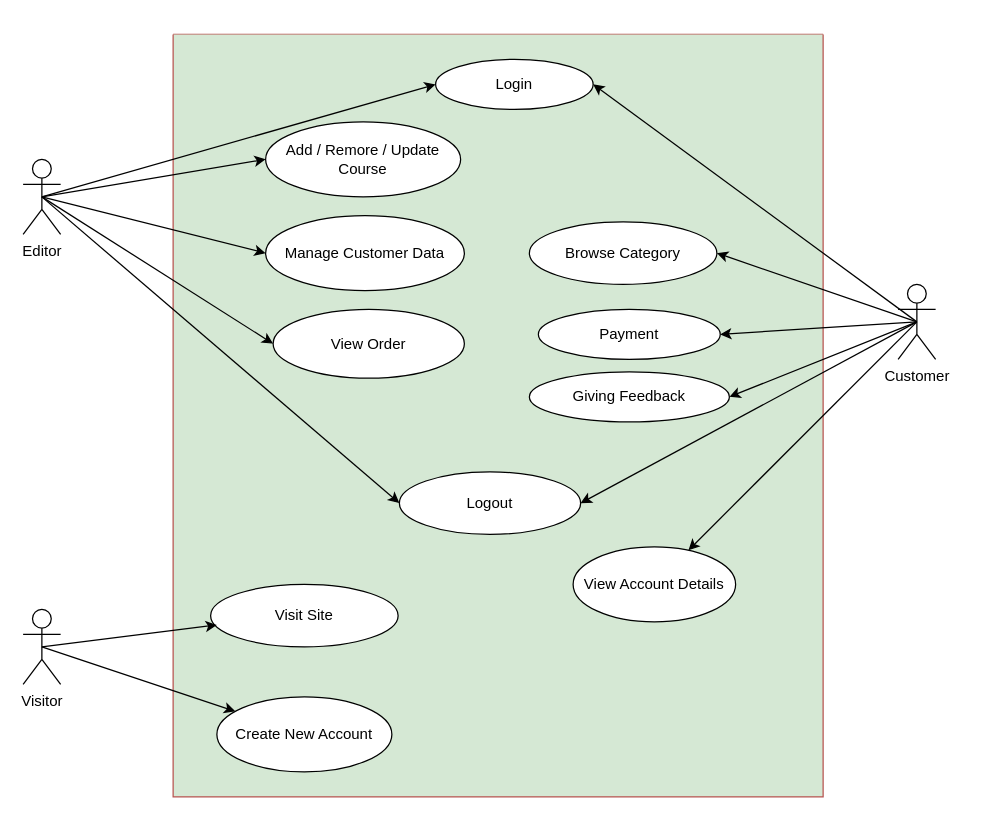
This is Use Case/Use Case.drawio from SewYongQi/Intern, a draw.io file, before an edit. Source tidied: cells renumbered, new cells numbered last; positions are measured from the earlier drawing's top-left corner, leaving out a move shared by most shapes. Both pictures are drawn from the tidied source at 125%, with x=0, y=0 at pixel (22, 34).
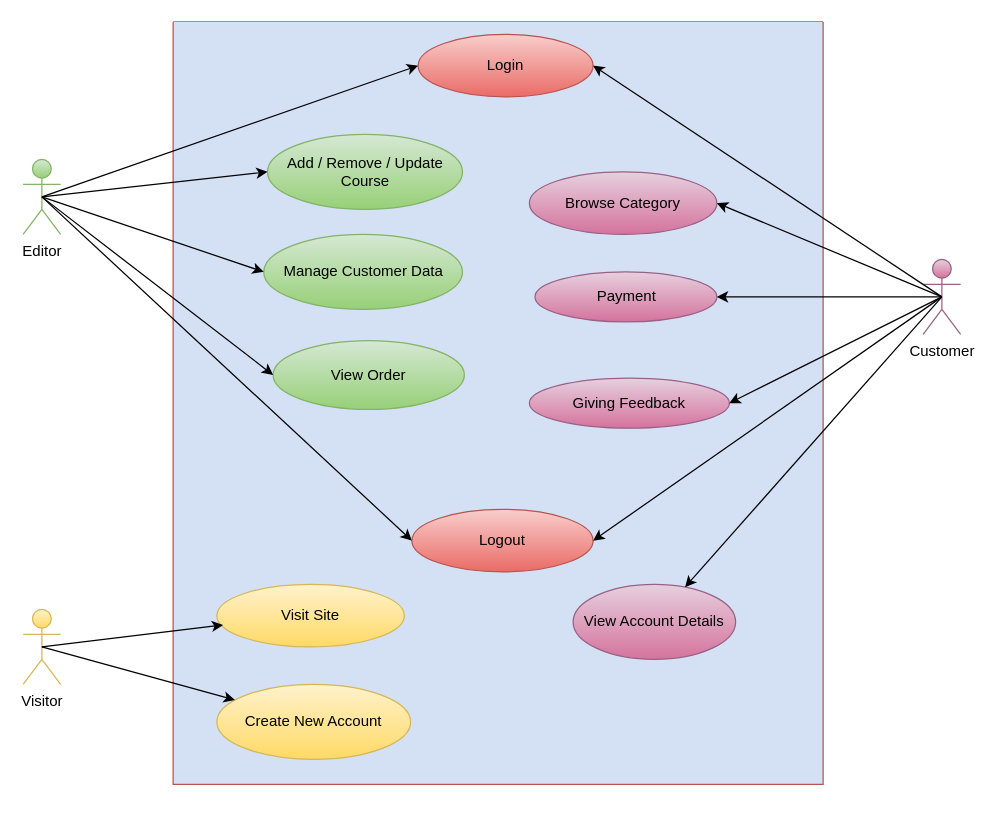
Above is the later version.

The edit, as a diff of the source:
```diff
@@
-    <mxCell id="2" style="swimlane;startSize=0;fillColor=#f8cecc;strokeColor=#b85450;swimlaneFillColor=#D5E8D4;gradientDirection=south;gradientColor=none;rounded=0;shadow=0;sketch=0;glass=0;labelBackgroundColor=none;" parent="1" vertex="1">
-      <mxGeometry x="120" width="520" height="610" as="geometry" />
+    <mxCell id="2" style="swimlane;startSize=0;fillColor=#f8cecc;strokeColor=#b85450;swimlaneFillColor=#D4E1F5;gradientDirection=south;gradientColor=none;rounded=0;shadow=0;sketch=0;glass=0;labelBackgroundColor=none;" parent="1" vertex="1">
+      <mxGeometry x="120" y="-10" width="520" height="610" as="geometry" />
     </mxCell>
-    <mxCell id="3" value="Create New Account" style="ellipse;whiteSpace=wrap;html=1;" parent="2" vertex="1">
-      <mxGeometry x="35" y="530" width="140" height="60" as="geometry" />
+    <mxCell id="3" value="Create New Account" style="ellipse;whiteSpace=wrap;html=1;fillColor=#fff2cc;strokeColor=#d6b656;gradientColor=#ffd966;" parent="2" vertex="1">
+      <mxGeometry x="35" y="530" width="155" height="60" as="geometry" />
     </mxCell>
-    <mxCell id="4" value="Visit Site" style="ellipse;whiteSpace=wrap;html=1;" parent="2" vertex="1">
-      <mxGeometry x="30" y="440" width="150" height="50" as="geometry" />
+    <mxCell id="4" value="Visit Site" style="ellipse;whiteSpace=wrap;html=1;fillColor=#fff2cc;strokeColor=#d6b656;gradientColor=#ffd966;" parent="2" vertex="1">
+      <mxGeometry x="35" y="450" width="150" height="50" as="geometry" />
     </mxCell>
-    <mxCell id="5" value="Logout" style="ellipse;whiteSpace=wrap;html=1;" parent="2" vertex="1">
-      <mxGeometry x="181" y="350" width="145" height="50" as="geometry" />
+    <mxCell id="5" value="Logout" style="ellipse;whiteSpace=wrap;html=1;fillColor=#f8cecc;strokeColor=#b85450;gradientColor=#ea6b66;" parent="2" vertex="1">
+      <mxGeometry x="191" y="390" width="145" height="50" as="geometry" />
     </mxCell>
-    <mxCell id="6" value="View Account Details" style="ellipse;whiteSpace=wrap;html=1;" parent="2" vertex="1">
-      <mxGeometry x="320" y="410" width="130" height="60" as="geometry" />
+    <mxCell id="6" value="View Account Details" style="ellipse;whiteSpace=wrap;html=1;fillColor=#e6d0de;strokeColor=#996185;gradientColor=#d5739d;" parent="2" vertex="1">
+      <mxGeometry x="320" y="450" width="130" height="60" as="geometry" />
     </mxCell>
-    <mxCell id="7" value="Giving Feedback" style="ellipse;whiteSpace=wrap;html=1;" parent="2" vertex="1">
-      <mxGeometry x="285" y="270" width="160" height="40" as="geometry" />
+    <mxCell id="7" value="Giving Feedback" style="ellipse;whiteSpace=wrap;html=1;fillColor=#e6d0de;strokeColor=#996185;gradientColor=#d5739d;" parent="2" vertex="1">
+      <mxGeometry x="285" y="285" width="160" height="40" as="geometry" />
     </mxCell>
-    <mxCell id="8" value="Payment" style="ellipse;whiteSpace=wrap;html=1;" parent="2" vertex="1">
-      <mxGeometry x="292.2" y="220" width="145.5" height="40" as="geometry" />
+    <mxCell id="8" value="Payment" style="ellipse;whiteSpace=wrap;html=1;fillColor=#e6d0de;strokeColor=#996185;gradientColor=#d5739d;" parent="2" vertex="1">
+      <mxGeometry x="289.5" y="200" width="145.5" height="40" as="geometry" />
     </mxCell>
-    <mxCell id="9" value="Browse Category" style="ellipse;whiteSpace=wrap;html=1;" parent="2" vertex="1">
-      <mxGeometry x="285" y="150" width="150" height="50" as="geometry" />
+    <mxCell id="9" value="Browse Category" style="ellipse;whiteSpace=wrap;html=1;fillColor=#e6d0de;strokeColor=#996185;gradientColor=#d5739d;" parent="2" vertex="1">
+      <mxGeometry x="285" y="120" width="150" height="50" as="geometry" />
     </mxCell>
-    <mxCell id="10" value="Login" style="ellipse;whiteSpace=wrap;html=1;" parent="2" vertex="1">
-      <mxGeometry x="210" y="20" width="126" height="40" as="geometry" />
+    <mxCell id="10" value="Login" style="ellipse;whiteSpace=wrap;html=1;fillColor=#f8cecc;strokeColor=#b85450;gradientColor=#ea6b66;" parent="2" vertex="1">
+      <mxGeometry x="196" y="10" width="140" height="50" as="geometry" />
     </mxCell>
-    <mxCell id="11" value="Add / Remore / Update Course" style="ellipse;whiteSpace=wrap;html=1;" parent="2" vertex="1">
-      <mxGeometry x="74" y="70" width="156" height="60" as="geometry" />
+    <mxCell id="11" value="Add / Remove / Update Course" style="ellipse;whiteSpace=wrap;html=1;fillColor=#d5e8d4;strokeColor=#82b366;gradientColor=#97d077;" parent="2" vertex="1">
+      <mxGeometry x="75.5" y="90" width="156" height="60" as="geometry" />
     </mxCell>
-    <mxCell id="12" value="Manage Customer Data" style="ellipse;whiteSpace=wrap;html=1;rounded=0;shadow=0;glass=0;labelBackgroundColor=none;sketch=0;gradientColor=none;gradientDirection=south;" parent="2" vertex="1">
-      <mxGeometry x="74" y="145" width="159" height="60" as="geometry" />
+    <mxCell id="12" value="Manage Customer Data" style="ellipse;whiteSpace=wrap;html=1;rounded=0;shadow=0;glass=0;labelBackgroundColor=none;sketch=0;gradientDirection=south;fillColor=#d5e8d4;strokeColor=#82b366;gradientColor=#97d077;" parent="2" vertex="1">
+      <mxGeometry x="72.5" y="170" width="159" height="60" as="geometry" />
     </mxCell>
-    <mxCell id="13" value="View Order" style="ellipse;whiteSpace=wrap;html=1;rounded=0;shadow=0;glass=0;labelBackgroundColor=none;sketch=0;gradientColor=none;gradientDirection=south;" parent="2" vertex="1">
-      <mxGeometry x="80" y="220" width="153" height="55" as="geometry" />
+    <mxCell id="13" value="View Order" style="ellipse;whiteSpace=wrap;html=1;rounded=0;shadow=0;glass=0;labelBackgroundColor=none;sketch=0;gradientDirection=south;fillColor=#d5e8d4;strokeColor=#82b366;gradientColor=#97d077;" parent="2" vertex="1">
+      <mxGeometry x="80" y="255" width="153" height="55" as="geometry" />
     </mxCell>
-    <mxCell id="14" value="Editor" style="shape=umlActor;verticalLabelPosition=bottom;verticalAlign=top;html=1;outlineConnect=0;" parent="1" vertex="1">
+    <mxCell id="14" value="Editor" style="shape=umlActor;verticalLabelPosition=bottom;verticalAlign=top;html=1;outlineConnect=0;fillColor=#d5e8d4;gradientColor=#97d077;strokeColor=#82b366;" parent="1" vertex="1">
       <mxGeometry y="100" width="30" height="60" as="geometry" />
     </mxCell>
-    <mxCell id="15" value="Visitor" style="shape=umlActor;verticalLabelPosition=bottom;verticalAlign=top;html=1;outlineConnect=0;" parent="1" vertex="1">
+    <mxCell id="15" value="Visitor" style="shape=umlActor;verticalLabelPosition=bottom;verticalAlign=top;html=1;outlineConnect=0;fillColor=#fff2cc;gradientColor=#ffd966;strokeColor=#d6b656;" parent="1" vertex="1">
       <mxGeometry y="460" width="30" height="60" as="geometry" />
     </mxCell>
-    <mxCell id="16" value="Customer" style="shape=umlActor;verticalLabelPosition=bottom;verticalAlign=top;html=1;outlineConnect=0;" parent="1" vertex="1">
-      <mxGeometry x="700" y="200" width="30" height="60" as="geometry" />
+    <mxCell id="16" value="Customer" style="shape=umlActor;verticalLabelPosition=bottom;verticalAlign=top;html=1;outlineConnect=0;fillColor=#e6d0de;gradientColor=#d5739d;strokeColor=#996185;" parent="1" vertex="1">
+      <mxGeometry x="720" y="180" width="30" height="60" as="geometry" />
     </mxCell>
```
